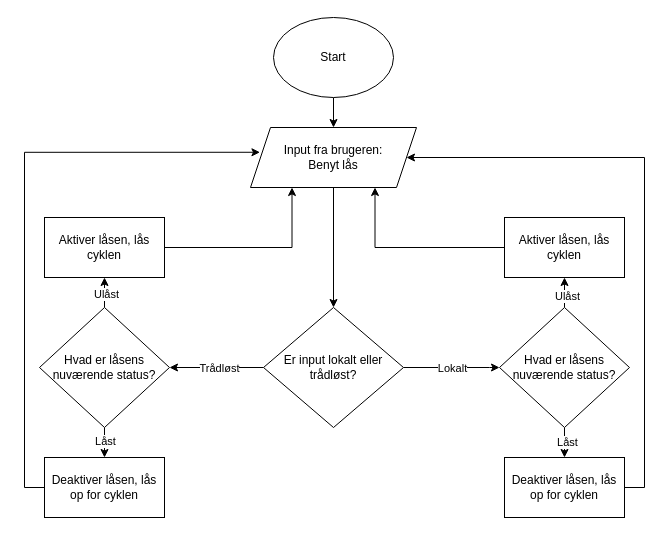
Above: ID 11, P1/ID 11 V1 Cykellås.drawio in KEA-E24-B9-IOT1/E24-B9-IoT1 (draw.io), before the change. Source tidied: cells renumbered, new cells numbered last; positions are measured from the earlier drawing's top-left corner, leaving out a move shared by most shapes. Both pictures are drawn from the tidied source at 100%, with x=0, y=0 at pixel (24, 17).
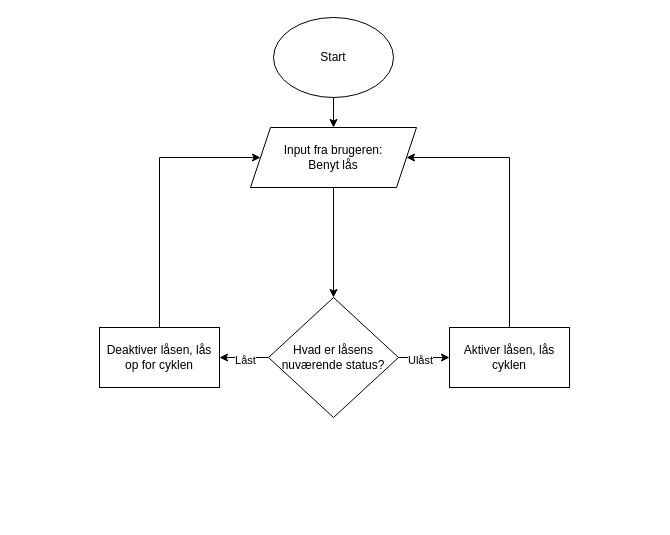
The same diagram, later.

Unchanged cells that the change refers to:
```xml
<mxCell id="4" value="Input fra brugeren:&lt;div&gt;Benyt lås&lt;/div&gt;" style="shape=parallelogram;perimeter=parallelogramPerimeter;whiteSpace=wrap;html=1;fixedSize=1;" parent="1" vertex="1">
  <mxGeometry x="226" y="110" width="166" height="60" as="geometry" />
</mxCell>
```

What changed in the source:
```diff
@@
-    <mxCell id="3" style="edgeStyle=orthogonalEdgeStyle;rounded=0;jettySize=auto;html=1;" parent="1" edge="1" source="4" target="9">
+    <mxCell id="3" style="edgeStyle=orthogonalEdgeStyle;rounded=0;jettySize=auto;html=1;entryX=0.5;entryY=0;entryDx=0;entryDy=0;" parent="1" edge="1" source="4" target="14">
       <mxGeometry relative="1" as="geometry" />
     </mxCell>
@@
-    <mxCell id="5" style="edgeStyle=orthogonalEdgeStyle;rounded=0;jettySize=auto;html=1;exitX=1;exitY=0.5;exitDx=0;exitDy=0;entryX=0;entryY=0.5;entryDx=0;entryDy=0;" parent="1" edge="1" source="9" target="14">
-      <mxGeometry relative="1" as="geometry">
-        <Array as="points">
-          <mxPoint x="465" y="350" />
-          <mxPoint x="465" y="350" />
-        </Array>
-      </mxGeometry>
-    </mxCell>
-    <mxCell id="6" value="Lokalt" style="edgeLabel;html=1;align=center;verticalAlign=middle;" parent="5" vertex="1">
-      <mxGeometry x="0.01" relative="1" as="geometry" />
-    </mxCell>
-    <mxCell id="7" style="edgeStyle=orthogonalEdgeStyle;rounded=0;jettySize=auto;html=1;exitX=0;exitY=0.5;exitDx=0;exitDy=0;entryX=1;entryY=0.5;entryDx=0;entryDy=0;" parent="1" edge="1" source="9" target="19">
-      <mxGeometry relative="1" as="geometry" />
-    </mxCell>
-    <mxCell id="8" value="&lt;div&gt;Trådløst&lt;/div&gt;" style="edgeLabel;html=1;align=center;verticalAlign=middle;" parent="7" vertex="1">
-      <mxGeometry x="-0.04" relative="1" as="geometry" />
-    </mxCell>
-    <mxCell id="9" value="Er input lokalt eller trådløst?" style="rhombus;whiteSpace=wrap;html=1;" parent="1" vertex="1">
-      <mxGeometry x="239" y="290" width="140" height="120" as="geometry" />
-    </mxCell>
-    <mxCell id="10" style="edgeStyle=orthogonalEdgeStyle;rounded=0;jettySize=auto;html=1;exitX=0.5;exitY=1;exitDx=0;exitDy=0;entryX=0.5;entryY=0;entryDx=0;entryDy=0;" parent="1" edge="1" source="14" target="26">
+    <mxCell id="10" style="edgeStyle=orthogonalEdgeStyle;rounded=0;jettySize=auto;html=1;exitX=0;exitY=0.5;exitDx=0;exitDy=0;entryX=1;entryY=0.5;entryDx=0;entryDy=0;" parent="1" edge="1" source="14" target="26">
       <mxGeometry relative="1" as="geometry" />
     </mxCell>
@@
-    <mxCell id="12" style="edgeStyle=orthogonalEdgeStyle;rounded=0;jettySize=auto;html=1;exitX=0.5;exitY=0;exitDx=0;exitDy=0;entryX=0.5;entryY=1;entryDx=0;entryDy=0;" parent="1" edge="1" source="14" target="24">
+    <mxCell id="12" style="edgeStyle=orthogonalEdgeStyle;rounded=0;jettySize=auto;html=1;exitX=1;exitY=0.5;exitDx=0;exitDy=0;entryX=0;entryY=0.5;entryDx=0;entryDy=0;" parent="1" edge="1" source="14" target="24">
       <mxGeometry relative="1" as="geometry" />
     </mxCell>
@@
     <mxCell id="14" value="Hvad er låsens nuværende status?" style="rhombus;whiteSpace=wrap;html=1;" parent="1" vertex="1">
-      <mxGeometry x="475" y="290" width="130" height="120" as="geometry" />
+      <mxGeometry x="244" y="280" width="130" height="120" as="geometry" />
     </mxCell>
-    <mxCell id="15" style="edgeStyle=orthogonalEdgeStyle;rounded=0;jettySize=auto;html=1;" parent="1" edge="1" source="19" target="21">
-      <mxGeometry relative="1" as="geometry" />
-    </mxCell>
-    <mxCell id="16" value="&lt;div&gt;Ulåst&lt;/div&gt;" style="edgeLabel;html=1;align=center;verticalAlign=middle;" parent="15" vertex="1">
-      <mxGeometry x="0.35" y="-1" relative="1" as="geometry" />
-    </mxCell>
-    <mxCell id="17" style="edgeStyle=orthogonalEdgeStyle;rounded=0;jettySize=auto;html=1;" parent="1" edge="1" source="19" target="22">
-      <mxGeometry relative="1" as="geometry" />
-    </mxCell>
-    <mxCell id="18" value="Låst" style="edgeLabel;html=1;align=center;verticalAlign=middle;" parent="17" vertex="1">
-      <mxGeometry x="0.32" relative="1" as="geometry" />
-    </mxCell>
-    <mxCell id="19" value="Hvad er låsens nuværende status?" style="rhombus;whiteSpace=wrap;html=1;" parent="1" vertex="1">
-      <mxGeometry x="15" y="290" width="130" height="120" as="geometry" />
-    </mxCell>
-    <mxCell id="20" style="edgeStyle=orthogonalEdgeStyle;rounded=0;jettySize=auto;html=1;exitX=1;exitY=0.5;exitDx=0;exitDy=0;entryX=0.25;entryY=1;entryDx=0;entryDy=0;" parent="1" edge="1" source="21" target="4">
-      <mxGeometry relative="1" as="geometry" />
-    </mxCell>
-    <mxCell id="21" value="Aktiver låsen, lås cyklen" style="rounded=0;whiteSpace=wrap;html=1;" parent="1" vertex="1">
-      <mxGeometry x="20" y="200" width="120" height="60" as="geometry" />
-    </mxCell>
-    <mxCell id="22" value="Deaktiver låsen, lås op for cyklen" style="rounded=0;whiteSpace=wrap;html=1;" parent="1" vertex="1">
-      <mxGeometry x="20" y="440" width="120" height="60" as="geometry" />
-    </mxCell>
-    <mxCell id="23" style="edgeStyle=orthogonalEdgeStyle;rounded=0;jettySize=auto;html=1;entryX=0.75;entryY=1;entryDx=0;entryDy=0;" parent="1" edge="1" source="24" target="4">
-      <mxGeometry relative="1" as="geometry" />
+    <mxCell id="23" style="edgeStyle=orthogonalEdgeStyle;rounded=0;jettySize=auto;html=1;entryX=1;entryY=0.5;entryDx=0;entryDy=0;exitX=0.5;exitY=0;exitDx=0;exitDy=0;" parent="1" edge="1" source="24" target="4">
+      <mxGeometry relative="1" as="geometry">
+        <Array as="points">
+          <mxPoint x="485" y="140" />
+        </Array>
+      </mxGeometry>
     </mxCell>
     <mxCell id="24" value="Aktiver låsen, lås cyklen" style="rounded=0;whiteSpace=wrap;html=1;" parent="1" vertex="1">
-      <mxGeometry x="480" y="200" width="120" height="60" as="geometry" />
+      <mxGeometry x="425" y="310" width="120" height="60" as="geometry" />
     </mxCell>
-    <mxCell id="25" style="edgeStyle=orthogonalEdgeStyle;rounded=0;jettySize=auto;html=1;exitX=1;exitY=0.5;exitDx=0;exitDy=0;entryX=1;entryY=0.5;entryDx=0;entryDy=0;" parent="1" edge="1" source="26" target="4">
+    <mxCell id="25" style="edgeStyle=orthogonalEdgeStyle;rounded=0;jettySize=auto;html=1;exitX=0.5;exitY=0;exitDx=0;exitDy=0;entryX=0;entryY=0.5;entryDx=0;entryDy=0;" parent="1" edge="1" source="26" target="4">
       <mxGeometry relative="1" as="geometry">
         <Array as="points">
-          <mxPoint x="620" y="470" />
-          <mxPoint x="620" y="140" />
+          <mxPoint x="135" y="140" />
         </Array>
       </mxGeometry>
     </mxCell>
     <mxCell id="26" value="Deaktiver låsen, lås op for cyklen" style="rounded=0;whiteSpace=wrap;html=1;" parent="1" vertex="1">
-      <mxGeometry x="480" y="440" width="120" height="60" as="geometry" />
+      <mxGeometry x="75" y="310" width="120" height="60" as="geometry" />
     </mxCell>
-    <mxCell id="27" style="edgeStyle=orthogonalEdgeStyle;rounded=0;jettySize=auto;html=1;exitX=0;exitY=0.5;exitDx=0;exitDy=0;entryX=0.057;entryY=0.413;entryDx=0;entryDy=0;entryPerimeter=0;" parent="1" edge="1" source="22" target="4">
-      <mxGeometry relative="1" as="geometry">
-        <Array as="points">
-          <mxPoint y="470" />
-          <mxPoint y="135" />
-        </Array>
-      </mxGeometry>
-    </mxCell>
```
